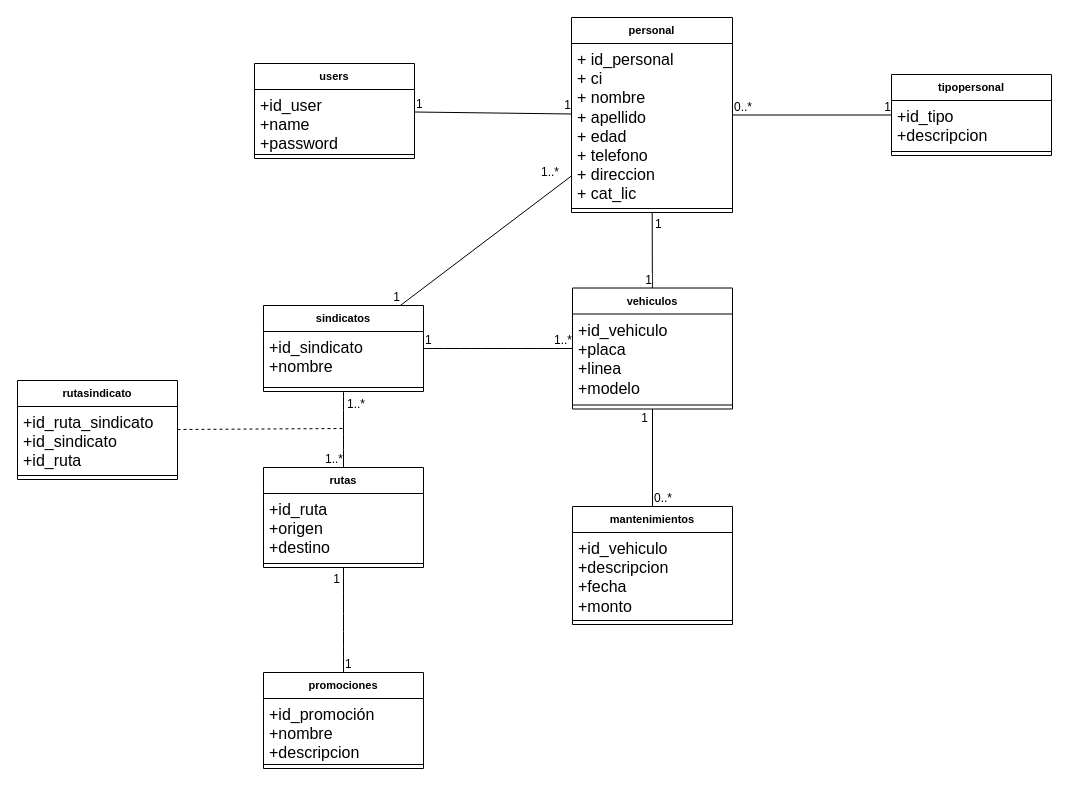
PANDITHAjr/WEB-TRANSPORTE-2022-2 keeps this draw.io diagram as page "Página-1" (1 of 2) of DIAGRAMA UML/sindicato27.drawio. Above is the earlier version. Source tidied: cells renumbered, new cells numbered last; positions are measured from the earlier drawing's top-left corner, leaving out a move shared by most shapes. Both pictures are drawn from the tidied source at 100%, with x=0, y=0 at pixel (17, 17).
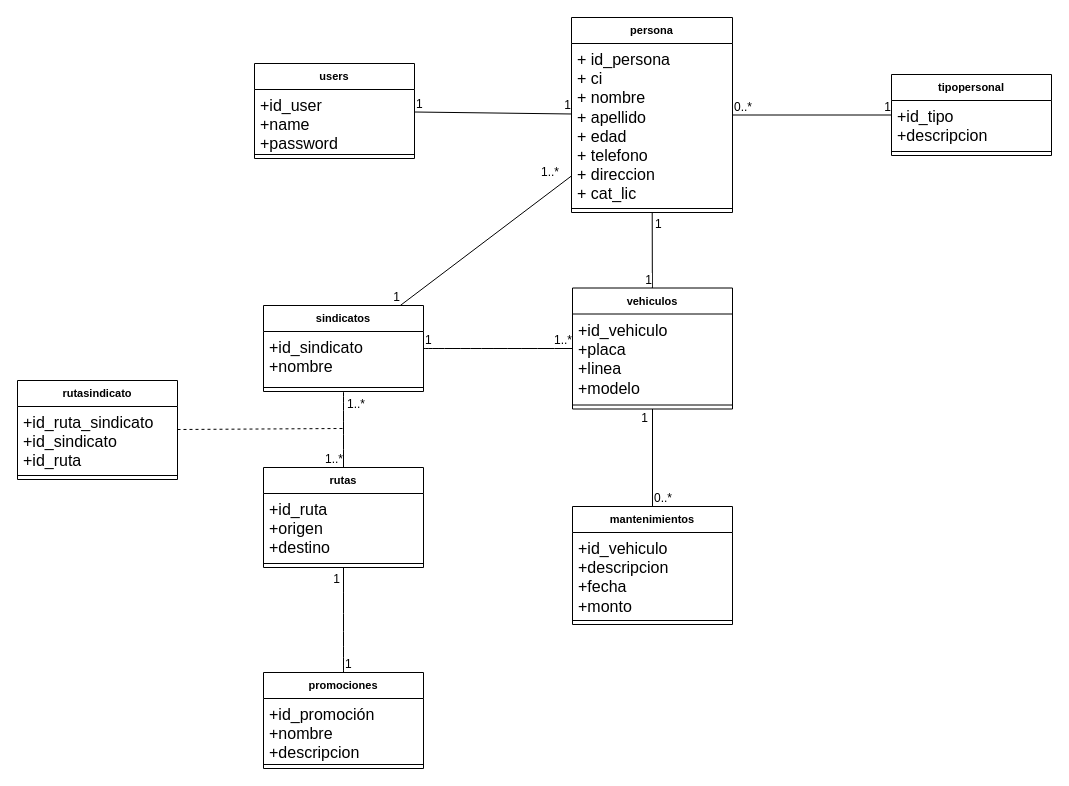
Above is the later version.

Diff of the diagram source:
```diff
@@
-    <mxCell id="2" value="personal&lt;br&gt;" style="swimlane;fontStyle=1;align=center;verticalAlign=top;horizontal=1;startSize=26;whiteSpace=wrap;html=1;fontFamily=Helvetica;fontSize=11;fontColor=default;" parent="1" vertex="1">
+    <mxCell id="2" value="persona" style="swimlane;fontStyle=1;align=center;verticalAlign=top;horizontal=1;startSize=26;whiteSpace=wrap;html=1;fontFamily=Helvetica;fontSize=11;fontColor=default;" parent="1" vertex="1">
       <mxGeometry x="554" width="161" height="195" as="geometry" />
     </mxCell>
-    <mxCell id="3" value="+ id_personal&lt;br&gt;+ ci&lt;br&gt;+ nombre&lt;br&gt;+ apellido&lt;br&gt;+ edad&lt;br&gt;+ telefono&lt;br&gt;+ direccion&lt;br&gt;+ cat_lic" style="text;strokeColor=none;fillColor=none;align=left;verticalAlign=top;spacingLeft=4;spacingRight=4;overflow=hidden;whiteSpace=wrap;html=1;fontSize=16;fontFamily=Helvetica;fontColor=default;" parent="2" vertex="1">
+    <mxCell id="3" value="+ id_persona&lt;br&gt;+ ci&lt;br&gt;+ nombre&lt;br&gt;+ apellido&lt;br&gt;+ edad&lt;br&gt;+ telefono&lt;br&gt;+ direccion&lt;br&gt;+ cat_lic" style="text;strokeColor=none;fillColor=none;align=left;verticalAlign=top;spacingLeft=4;spacingRight=4;overflow=hidden;whiteSpace=wrap;html=1;fontSize=16;fontFamily=Helvetica;fontColor=default;" parent="2" vertex="1">
       <mxGeometry y="26" width="161" height="161" as="geometry" />
     </mxCell>
```
